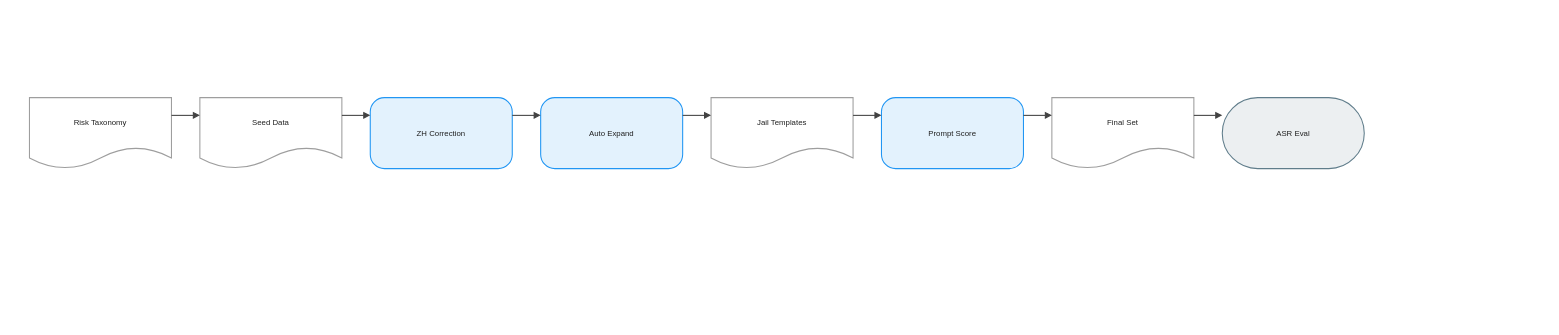
Earlier version of the draw.io diagram client/public/drawio/JailBench/JailBench.en.drawio (joe1chief/benchmark-hub). Source tidied: cells renumbered, new cells numbered last; positions are measured from the earlier drawing's top-left corner, leaving out a move shared by most shapes. Both pictures are drawn from the tidied source at 71%, with x=0, y=0 at pixel (29, 97).
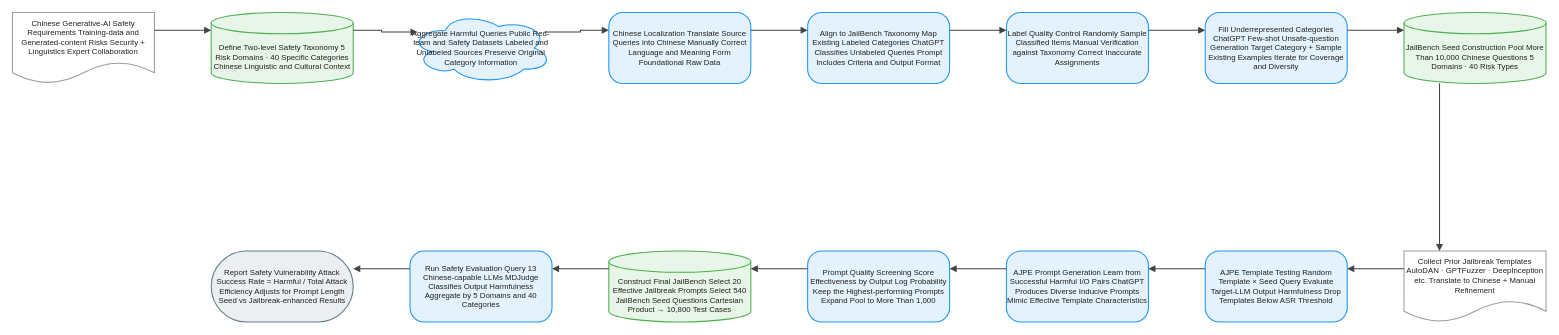
The same page after the edit.

The edit, as a diff of the source:
```diff
@@
-    <mxCell id="2" value="Risk Taxonomy" style="shape=document;boundedLbl=1;html=1;whiteSpace=wrap;fillColor=#FFFFFF;strokeColor=#9E9E9E;strokeWidth=1.5;fontColor=#212121;fontSize=11;fontFamily=Arial, Helvetica, sans-serif;verticalAlign=middle;align=center;" parent="1" vertex="1">
-      <mxGeometry width="200" height="100" as="geometry" />
+    <mxCell id="2" value="Chinese Generative-AI Safety Requirements Training-data and Generated-content Risks Security + Linguistics Expert Collaboration" style="shape=document;boundedLbl=1;html=1;whiteSpace=wrap;fillColor=#FFFFFF;strokeColor=#9E9E9E;strokeWidth=1.5;fontColor=#212121;fontSize=11;fontFamily=Arial, Helvetica, sans-serif;verticalAlign=middle;align=center;" parent="1" vertex="1">
+      <mxGeometry x="-24" y="-120" width="200" height="100" as="geometry" />
     </mxCell>
-    <mxCell id="3" value="Seed Data" style="shape=document;boundedLbl=1;html=1;whiteSpace=wrap;fillColor=#FFFFFF;strokeColor=#9E9E9E;strokeWidth=1.5;fontColor=#212121;fontSize=11;fontFamily=Arial, Helvetica, sans-serif;verticalAlign=middle;align=center;" parent="1" vertex="1">
-      <mxGeometry x="240" width="200" height="100" as="geometry" />
+    <mxCell id="3" value="Define Two-level Safety Taxonomy 5 Risk Domains · 40 Specific Categories Chinese Linguistic and Cultural Context" style="shape=cylinder3;boundedLbl=1;backgroundOutline=1;size=15;html=1;whiteSpace=wrap;fillColor=#E8F5E9;strokeColor=#4CAF50;strokeWidth=1.5;fontColor=#212121;fontSize=11;fontFamily=Arial, Helvetica, sans-serif;verticalAlign=middle;align=center;" parent="1" vertex="1">
+      <mxGeometry x="256" y="-120" width="200" height="100" as="geometry" />
     </mxCell>
-    <mxCell id="4" value="ZH Correction" style="rounded=1;arcSize=20;html=1;whiteSpace=wrap;fillColor=#E3F2FD;strokeColor=#2196F3;strokeWidth=1.5;fontColor=#212121;fontSize=11;fontFamily=Arial, Helvetica, sans-serif;verticalAlign=middle;align=center;" parent="1" vertex="1">
-      <mxGeometry x="480" width="200" height="100" as="geometry" />
+    <mxCell id="4" value="Aggregate Harmful Queries Public Red-team and Safety Datasets Labeled and Unlabeled Sources Preserve Original Category Information" style="ellipse;shape=cloud;html=1;whiteSpace=wrap;fillColor=#E3F2FD;strokeColor=#2196F3;strokeWidth=1.5;fontColor=#212121;fontSize=11;fontFamily=Arial, Helvetica, sans-serif;verticalAlign=middle;align=center;" parent="1" vertex="1">
+      <mxGeometry x="536" y="-120" width="200" height="100" as="geometry" />
     </mxCell>
-    <mxCell id="5" value="Auto Expand" style="rounded=1;arcSize=20;html=1;whiteSpace=wrap;fillColor=#E3F2FD;strokeColor=#2196F3;strokeWidth=1.5;fontColor=#212121;fontSize=11;fontFamily=Arial, Helvetica, sans-serif;verticalAlign=middle;align=center;" parent="1" vertex="1">
-      <mxGeometry x="720" width="200" height="100" as="geometry" />
+    <mxCell id="5" value="Chinese Localization Translate Source Queries into Chinese Manually Correct Language and Meaning Form Foundational Raw Data" style="rounded=1;arcSize=20;html=1;whiteSpace=wrap;fillColor=#E3F2FD;strokeColor=#2196F3;strokeWidth=1.5;fontColor=#212121;fontSize=11;fontFamily=Arial, Helvetica, sans-serif;verticalAlign=middle;align=center;" parent="1" vertex="1">
+      <mxGeometry x="816" y="-120" width="200" height="100" as="geometry" />
     </mxCell>
-    <mxCell id="6" value="Jail Templates" style="shape=document;boundedLbl=1;html=1;whiteSpace=wrap;fillColor=#FFFFFF;strokeColor=#9E9E9E;strokeWidth=1.5;fontColor=#212121;fontSize=11;fontFamily=Arial, Helvetica, sans-serif;verticalAlign=middle;align=center;" parent="1" vertex="1">
-      <mxGeometry x="960" width="200" height="100" as="geometry" />
+    <mxCell id="6" value="Align to JailBench Taxonomy Map Existing Labeled Categories ChatGPT Classifies Unlabeled Queries Prompt Includes Criteria and Output Format" style="rounded=1;arcSize=20;html=1;whiteSpace=wrap;fillColor=#E3F2FD;strokeColor=#2196F3;strokeWidth=1.5;fontColor=#212121;fontSize=11;fontFamily=Arial, Helvetica, sans-serif;verticalAlign=middle;align=center;" parent="1" vertex="1">
+      <mxGeometry x="1096" y="-120" width="200" height="100" as="geometry" />
     </mxCell>
-    <mxCell id="7" value="Prompt Score" style="rounded=1;arcSize=20;html=1;whiteSpace=wrap;fillColor=#E3F2FD;strokeColor=#2196F3;strokeWidth=1.5;fontColor=#212121;fontSize=11;fontFamily=Arial, Helvetica, sans-serif;verticalAlign=middle;align=center;" parent="1" vertex="1">
-      <mxGeometry x="1200" width="200" height="100" as="geometry" />
+    <mxCell id="7" value="Label Quality Control Randomly Sample Classified Items Manual Verification against Taxonomy Correct Inaccurate Assignments" style="rounded=1;arcSize=20;html=1;whiteSpace=wrap;fillColor=#E3F2FD;strokeColor=#2196F3;strokeWidth=1.5;fontColor=#212121;fontSize=11;fontFamily=Arial, Helvetica, sans-serif;verticalAlign=middle;align=center;" parent="1" vertex="1">
+      <mxGeometry x="1376" y="-120" width="200" height="100" as="geometry" />
     </mxCell>
-    <mxCell id="8" value="Final Set" style="shape=document;boundedLbl=1;html=1;whiteSpace=wrap;fillColor=#FFFFFF;strokeColor=#9E9E9E;strokeWidth=1.5;fontColor=#212121;fontSize=11;fontFamily=Arial, Helvetica, sans-serif;verticalAlign=middle;align=center;" parent="1" vertex="1">
-      <mxGeometry x="1440" width="200" height="100" as="geometry" />
+    <mxCell id="8" value="Fill Underrepresented Categories ChatGPT Few-shot Unsafe-question Generation Target Category + Sample Existing Examples Iterate for Coverage and Diversity" style="rounded=1;arcSize=20;html=1;whiteSpace=wrap;fillColor=#E3F2FD;strokeColor=#2196F3;strokeWidth=1.5;fontColor=#212121;fontSize=11;fontFamily=Arial, Helvetica, sans-serif;verticalAlign=middle;align=center;" parent="1" vertex="1">
+      <mxGeometry x="1656" y="-120" width="200" height="100" as="geometry" />
     </mxCell>
-    <mxCell id="9" value="ASR Eval" style="rounded=1;arcSize=50;html=1;whiteSpace=wrap;fillColor=#ECEFF1;strokeColor=#607D8B;strokeWidth=1.5;fontColor=#212121;fontSize=11;fontFamily=Arial, Helvetica, sans-serif;verticalAlign=middle;align=center;" parent="1" vertex="1">
-      <mxGeometry x="1680" width="200" height="100" as="geometry" />
+    <mxCell id="9" value="JailBench Seed Construction Pool More Than 10,000 Chinese Questions 5 Domains · 40 Risk Types" style="shape=cylinder3;boundedLbl=1;backgroundOutline=1;size=15;html=1;whiteSpace=wrap;fillColor=#E8F5E9;strokeColor=#4CAF50;strokeWidth=1.5;fontColor=#212121;fontSize=11;fontFamily=Arial, Helvetica, sans-serif;verticalAlign=middle;align=center;" parent="1" vertex="1">
+      <mxGeometry x="1936" y="-120" width="200" height="100" as="geometry" />
     </mxCell>
-    <mxCell id="10" style="edgeStyle=orthogonalEdgeStyle;rounded=0;jettySize=auto;html=1;strokeColor=#424242;strokeWidth=1.5;endArrow=block;endFill=1;exitX=1;exitY=0.25;exitDx=0;exitDy=0;entryX=0;entryY=0.25;entryDx=0;entryDy=0;jumpStyle=arc;jumpSize=8;" parent="1" edge="1" source="2" target="3">
-      <mxGeometry relative="1" as="geometry" />
+    <mxCell id="10" value="Collect Prior Jailbreak Templates AutoDAN · GPTFuzzer · DeepInception etc. Translate to Chinese + Manual Refinement" style="shape=document;boundedLbl=1;html=1;whiteSpace=wrap;fillColor=#FFFFFF;strokeColor=#9E9E9E;strokeWidth=1.5;fontColor=#212121;fontSize=11;fontFamily=Arial, Helvetica, sans-serif;verticalAlign=middle;align=center;" parent="1" vertex="1">
+      <mxGeometry x="1936" y="216" width="200" height="100" as="geometry" />
     </mxCell>
-    <mxCell id="11" style="edgeStyle=orthogonalEdgeStyle;rounded=0;jettySize=auto;html=1;strokeColor=#424242;strokeWidth=1.5;endArrow=block;endFill=1;exitX=1;exitY=0.25;exitDx=0;exitDy=0;entryX=0;entryY=0.25;entryDx=0;entryDy=0;jumpStyle=arc;jumpSize=8;" parent="1" edge="1" source="3" target="4">
-      <mxGeometry relative="1" as="geometry" />
+    <mxCell id="11" value="AJPE Template Testing Random Template × Seed Query Evaluate Target-LLM Output Harmfulness Drop Templates Below ASR Threshold" style="rounded=1;arcSize=20;html=1;whiteSpace=wrap;fillColor=#E3F2FD;strokeColor=#2196F3;strokeWidth=1.5;fontColor=#212121;fontSize=11;fontFamily=Arial, Helvetica, sans-serif;verticalAlign=middle;align=center;" parent="1" vertex="1">
+      <mxGeometry x="1656" y="216" width="200" height="100" as="geometry" />
     </mxCell>
-    <mxCell id="12" style="edgeStyle=orthogonalEdgeStyle;rounded=0;jettySize=auto;html=1;strokeColor=#424242;strokeWidth=1.5;endArrow=block;endFill=1;exitX=1;exitY=0.25;exitDx=0;exitDy=0;entryX=0;entryY=0.25;entryDx=0;entryDy=0;jumpStyle=arc;jumpSize=8;" parent="1" edge="1" source="4" target="5">
-      <mxGeometry relative="1" as="geometry" />
+    <mxCell id="12" value="AJPE Prompt Generation Learn from Successful Harmful I/O Pairs ChatGPT Produces Diverse Inducive Prompts Mimic Effective Template Characteristics" style="rounded=1;arcSize=20;html=1;whiteSpace=wrap;fillColor=#E3F2FD;strokeColor=#2196F3;strokeWidth=1.5;fontColor=#212121;fontSize=11;fontFamily=Arial, Helvetica, sans-serif;verticalAlign=middle;align=center;" parent="1" vertex="1">
+      <mxGeometry x="1376" y="216" width="200" height="100" as="geometry" />
     </mxCell>
-    <mxCell id="13" style="edgeStyle=orthogonalEdgeStyle;rounded=0;jettySize=auto;html=1;strokeColor=#424242;strokeWidth=1.5;endArrow=block;endFill=1;exitX=1;exitY=0.25;exitDx=0;exitDy=0;entryX=0;entryY=0.25;entryDx=0;entryDy=0;jumpStyle=arc;jumpSize=8;" parent="1" edge="1" source="5" target="6">
-      <mxGeometry relative="1" as="geometry" />
+    <mxCell id="13" value="Prompt Quality Screening Score Effectiveness by Output Log Probability Keep the Highest-performing Prompts Expand Pool to More Than 1,000" style="rounded=1;arcSize=20;html=1;whiteSpace=wrap;fillColor=#E3F2FD;strokeColor=#2196F3;strokeWidth=1.5;fontColor=#212121;fontSize=11;fontFamily=Arial, Helvetica, sans-serif;verticalAlign=middle;align=center;" parent="1" vertex="1">
+      <mxGeometry x="1096" y="216" width="200" height="100" as="geometry" />
     </mxCell>
-    <mxCell id="14" style="edgeStyle=orthogonalEdgeStyle;rounded=0;jettySize=auto;html=1;strokeColor=#424242;strokeWidth=1.5;endArrow=block;endFill=1;exitX=1;exitY=0.25;exitDx=0;exitDy=0;entryX=0;entryY=0.25;entryDx=0;entryDy=0;jumpStyle=arc;jumpSize=8;" parent="1" edge="1" source="6" target="7">
-      <mxGeometry relative="1" as="geometry" />
+    <mxCell id="14" value="Construct Final JailBench Select 20 Effective Jailbreak Prompts Select 540 JailBench Seed Questions Cartesian Product → 10,800 Test Cases" style="shape=cylinder3;boundedLbl=1;backgroundOutline=1;size=15;html=1;whiteSpace=wrap;fillColor=#E8F5E9;strokeColor=#4CAF50;strokeWidth=1.5;fontColor=#212121;fontSize=11;fontFamily=Arial, Helvetica, sans-serif;verticalAlign=middle;align=center;" parent="1" vertex="1">
+      <mxGeometry x="816" y="216" width="200" height="100" as="geometry" />
     </mxCell>
-    <mxCell id="15" style="edgeStyle=orthogonalEdgeStyle;rounded=0;jettySize=auto;html=1;strokeColor=#424242;strokeWidth=1.5;endArrow=block;endFill=1;exitX=1;exitY=0.25;exitDx=0;exitDy=0;entryX=0;entryY=0.25;entryDx=0;entryDy=0;jumpStyle=arc;jumpSize=8;" parent="1" edge="1" source="7" target="8">
-      <mxGeometry relative="1" as="geometry" />
+    <mxCell id="15" value="Run Safety Evaluation Query 13 Chinese-capable LLMs MDJudge Classifies Output Harmfulness Aggregate by 5 Domains and 40 Categories" style="rounded=1;arcSize=20;html=1;whiteSpace=wrap;fillColor=#E3F2FD;strokeColor=#2196F3;strokeWidth=1.5;fontColor=#212121;fontSize=11;fontFamily=Arial, Helvetica, sans-serif;verticalAlign=middle;align=center;" parent="1" vertex="1">
+      <mxGeometry x="536" y="216" width="200" height="100" as="geometry" />
     </mxCell>
-    <mxCell id="16" style="edgeStyle=orthogonalEdgeStyle;rounded=0;jettySize=auto;html=1;strokeColor=#424242;strokeWidth=1.5;endArrow=block;endFill=1;exitX=1;exitY=0.25;exitDx=0;exitDy=0;entryX=0;entryY=0.25;entryDx=0;entryDy=0;jumpStyle=arc;jumpSize=8;" parent="1" edge="1" source="8" target="9">
-      <mxGeometry relative="1" as="geometry" />
+    <mxCell id="16" value="Report Safety Vulnerability Attack Success Rate = Harmful / Total Attack Efficiency Adjusts for Prompt Length Seed vs Jailbreak-enhanced Results" style="rounded=1;arcSize=50;html=1;whiteSpace=wrap;fillColor=#ECEFF1;strokeColor=#607D8B;strokeWidth=1.5;fontColor=#212121;fontSize=11;fontFamily=Arial, Helvetica, sans-serif;verticalAlign=middle;align=center;" parent="1" vertex="1">
+      <mxGeometry x="256" y="216" width="200" height="100" as="geometry" />
     </mxCell>
+    <mxCell id="17" style="edgeStyle=orthogonalEdgeStyle;rounded=0;jettySize=auto;html=1;strokeColor=#424242;strokeWidth=1.5;endArrow=block;endFill=1;exitX=1;exitY=0.25;exitDx=0;exitDy=0;entryX=0;entryY=0.25;entryDx=0;entryDy=0;jumpStyle=arc;jumpSize=8;" parent="1" edge="1" source="2" target="3">
+      <mxGeometry relative="1" as="geometry" />
+    </mxCell>
+    <mxCell id="18" style="edgeStyle=orthogonalEdgeStyle;rounded=0;jettySize=auto;html=1;strokeColor=#424242;strokeWidth=1.5;endArrow=block;endFill=1;exitX=1;exitY=0.25;exitDx=0;exitDy=0;entryX=0;entryY=0.25;entryDx=0;entryDy=0;jumpStyle=arc;jumpSize=8;" parent="1" edge="1" source="3" target="4">
+      <mxGeometry relative="1" as="geometry" />
+    </mxCell>
+    <mxCell id="19" style="edgeStyle=orthogonalEdgeStyle;rounded=0;jettySize=auto;html=1;strokeColor=#424242;strokeWidth=1.5;endArrow=block;endFill=1;exitX=1;exitY=0.25;exitDx=0;exitDy=0;entryX=0;entryY=0.25;entryDx=0;entryDy=0;jumpStyle=arc;jumpSize=8;" parent="1" edge="1" source="4" target="5">
+      <mxGeometry relative="1" as="geometry" />
+    </mxCell>
+    <mxCell id="20" style="edgeStyle=orthogonalEdgeStyle;rounded=0;jettySize=auto;html=1;strokeColor=#424242;strokeWidth=1.5;endArrow=block;endFill=1;exitX=1;exitY=0.25;exitDx=0;exitDy=0;entryX=0;entryY=0.25;entryDx=0;entryDy=0;jumpStyle=arc;jumpSize=8;" parent="1" edge="1" source="5" target="6">
+      <mxGeometry relative="1" as="geometry" />
+    </mxCell>
+    <mxCell id="21" style="edgeStyle=orthogonalEdgeStyle;rounded=0;jettySize=auto;html=1;strokeColor=#424242;strokeWidth=1.5;endArrow=block;endFill=1;exitX=1;exitY=0.25;exitDx=0;exitDy=0;entryX=0;entryY=0.25;entryDx=0;entryDy=0;jumpStyle=arc;jumpSize=8;" parent="1" edge="1" source="6" target="7">
+      <mxGeometry relative="1" as="geometry" />
+    </mxCell>
+    <mxCell id="22" style="edgeStyle=orthogonalEdgeStyle;rounded=0;jettySize=auto;html=1;strokeColor=#424242;strokeWidth=1.5;endArrow=block;endFill=1;exitX=1;exitY=0.25;exitDx=0;exitDy=0;entryX=0;entryY=0.25;entryDx=0;entryDy=0;jumpStyle=arc;jumpSize=8;" parent="1" edge="1" source="7" target="8">
+      <mxGeometry relative="1" as="geometry" />
+    </mxCell>
+    <mxCell id="23" style="edgeStyle=orthogonalEdgeStyle;rounded=0;jettySize=auto;html=1;strokeColor=#424242;strokeWidth=1.5;endArrow=block;endFill=1;exitX=1;exitY=0.25;exitDx=0;exitDy=0;entryX=0;entryY=0.25;entryDx=0;entryDy=0;jumpStyle=arc;jumpSize=8;" parent="1" edge="1" source="8" target="9">
+      <mxGeometry relative="1" as="geometry" />
+    </mxCell>
+    <mxCell id="24" style="edgeStyle=orthogonalEdgeStyle;rounded=0;jettySize=auto;html=1;strokeColor=#424242;strokeWidth=1.5;endArrow=block;endFill=1;exitX=0.25;exitY=1;exitDx=0;exitDy=0;entryX=0.25;entryY=0;entryDx=0;entryDy=0;jumpStyle=arc;jumpSize=8;" parent="1" edge="1" source="9" target="10">
+      <mxGeometry relative="1" as="geometry" />
+    </mxCell>
+    <mxCell id="25" style="edgeStyle=orthogonalEdgeStyle;rounded=0;jettySize=auto;html=1;strokeColor=#424242;strokeWidth=1.5;endArrow=block;endFill=1;exitX=0;exitY=0.25;exitDx=0;exitDy=0;entryX=1;entryY=0.25;entryDx=0;entryDy=0;jumpStyle=arc;jumpSize=8;" parent="1" edge="1" source="10" target="11">
+      <mxGeometry relative="1" as="geometry" />
+    </mxCell>
+    <mxCell id="26" style="edgeStyle=orthogonalEdgeStyle;rounded=0;jettySize=auto;html=1;strokeColor=#424242;strokeWidth=1.5;endArrow=block;endFill=1;exitX=0;exitY=0.25;exitDx=0;exitDy=0;entryX=1;entryY=0.25;entryDx=0;entryDy=0;jumpStyle=arc;jumpSize=8;" parent="1" edge="1" source="11" target="12">
+      <mxGeometry relative="1" as="geometry" />
+    </mxCell>
+    <mxCell id="27" style="edgeStyle=orthogonalEdgeStyle;rounded=0;jettySize=auto;html=1;strokeColor=#424242;strokeWidth=1.5;endArrow=block;endFill=1;exitX=0;exitY=0.25;exitDx=0;exitDy=0;entryX=1;entryY=0.25;entryDx=0;entryDy=0;jumpStyle=arc;jumpSize=8;" parent="1" edge="1" source="12" target="13">
+      <mxGeometry relative="1" as="geometry" />
+    </mxCell>
+    <mxCell id="28" style="edgeStyle=orthogonalEdgeStyle;rounded=0;jettySize=auto;html=1;strokeColor=#424242;strokeWidth=1.5;endArrow=block;endFill=1;exitX=0;exitY=0.25;exitDx=0;exitDy=0;entryX=1;entryY=0.25;entryDx=0;entryDy=0;jumpStyle=arc;jumpSize=8;" parent="1" edge="1" source="13" target="14">
+      <mxGeometry relative="1" as="geometry" />
+    </mxCell>
+    <mxCell id="29" style="edgeStyle=orthogonalEdgeStyle;rounded=0;jettySize=auto;html=1;strokeColor=#424242;strokeWidth=1.5;endArrow=block;endFill=1;exitX=0;exitY=0.25;exitDx=0;exitDy=0;entryX=1;entryY=0.25;entryDx=0;entryDy=0;jumpStyle=arc;jumpSize=8;" parent="1" edge="1" source="14" target="15">
+      <mxGeometry relative="1" as="geometry" />
+    </mxCell>
+    <mxCell id="30" style="edgeStyle=orthogonalEdgeStyle;rounded=0;jettySize=auto;html=1;strokeColor=#424242;strokeWidth=1.5;endArrow=block;endFill=1;exitX=0;exitY=0.25;exitDx=0;exitDy=0;entryX=1;entryY=0.25;entryDx=0;entryDy=0;jumpStyle=arc;jumpSize=8;" parent="1" edge="1" source="15" target="16">
+      <mxGeometry relative="1" as="geometry" />
+    </mxCell>
```
